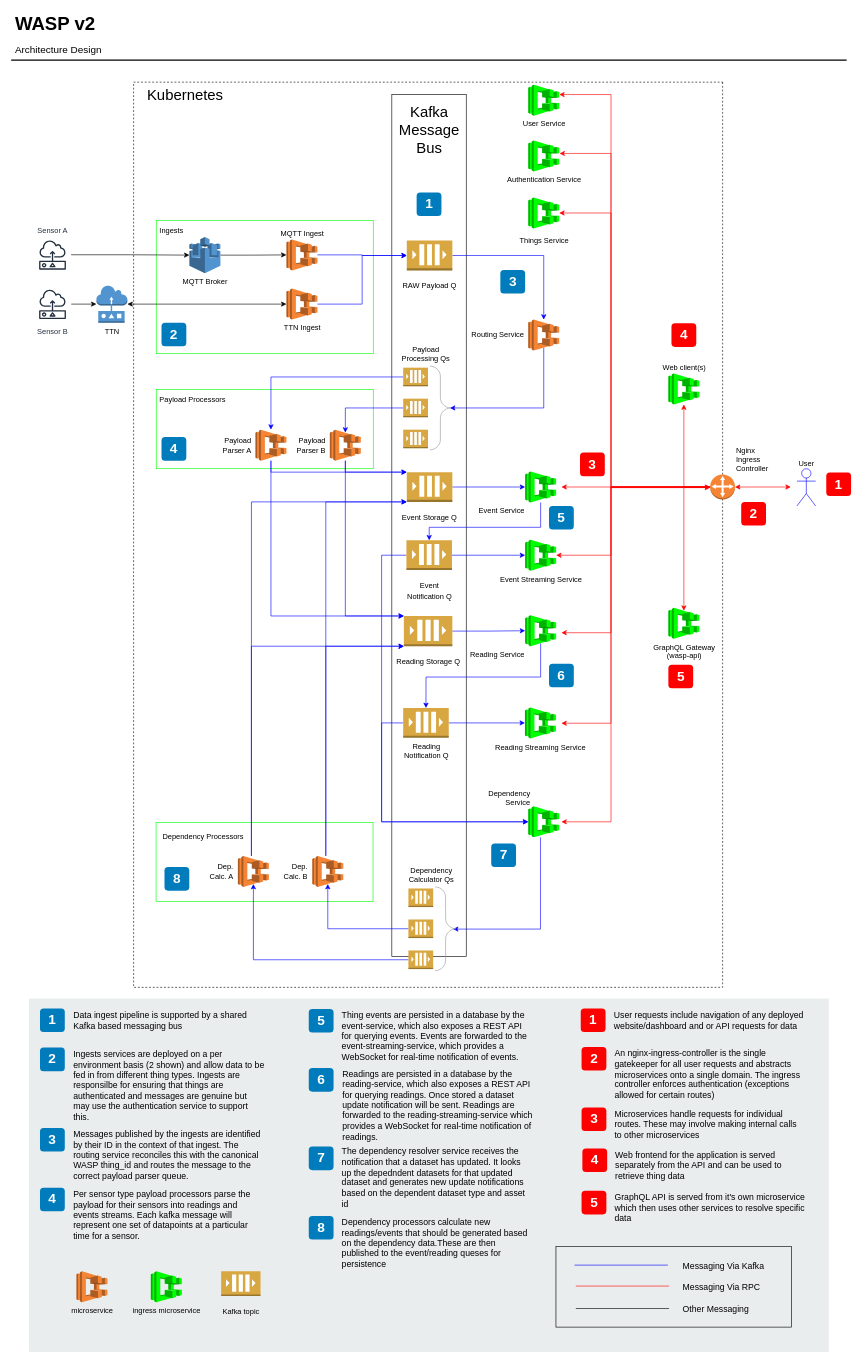
Before: assets/architecture-v2.drawio in digicatapult/wasp-documentation, a draw.io diagram. Source tidied: cells renumbered, new cells numbered last; positions are measured from the earlier drawing's top-left corner, leaving out a move shared by most shapes. Both pictures are drawn from the tidied source at 62%, with x=0, y=0 at pixel (11, 10).
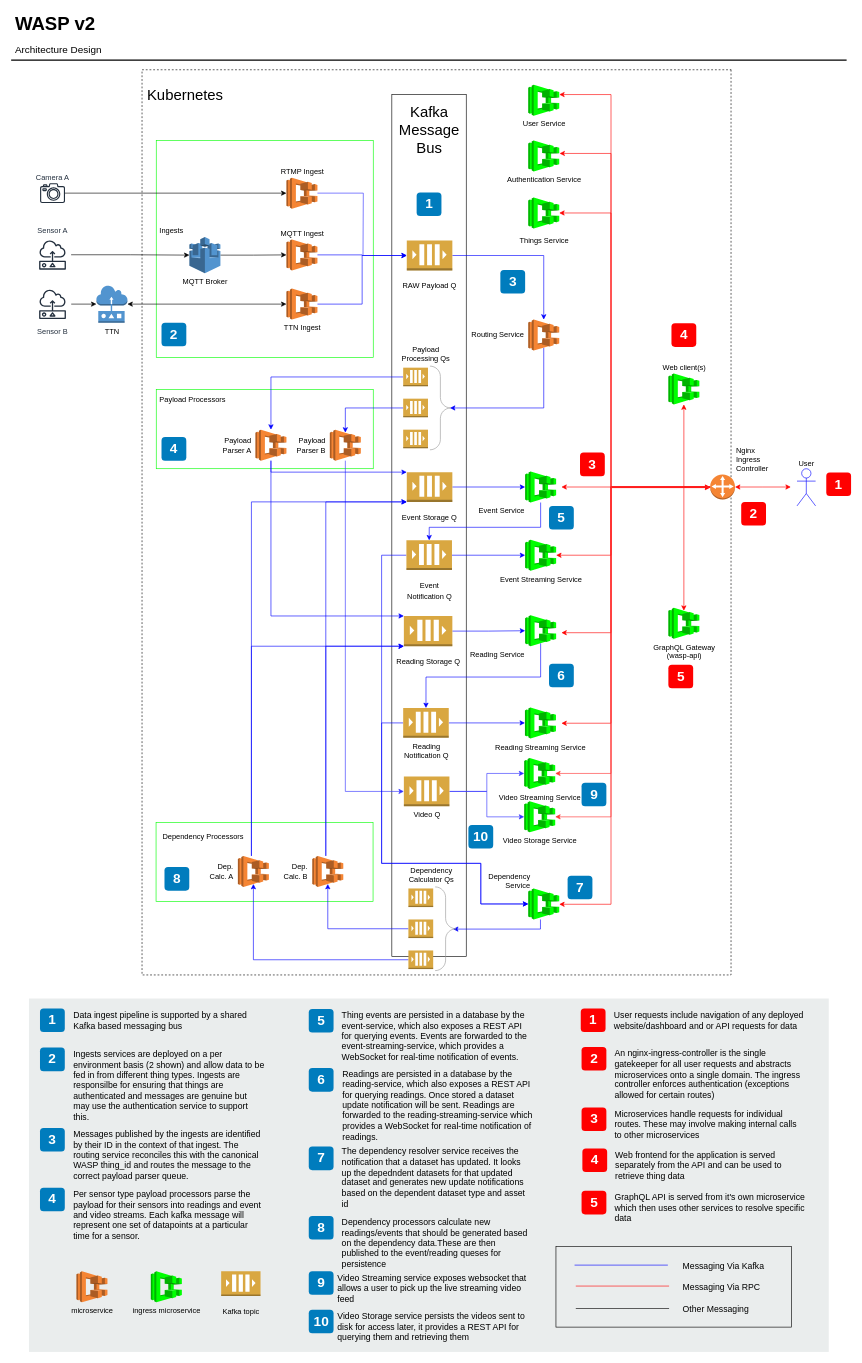
After the change.

Commit message (it also covers changes not shown here):
Proposed architecture for adding video

The change refers to these unchanged cells:
```xml
<mxCell id="36" value="&lt;div&gt;Payload&lt;/div&gt;&lt;div&gt;Parser B&lt;br&gt;&lt;/div&gt;" style="outlineConnect=0;dashed=0;verticalLabelPosition=middle;verticalAlign=middle;align=right;html=1;shape=mxgraph.aws3.ecs;fillColor=#F58534;gradientColor=none;strokeColor=#FF0000;labelPosition=left;spacing=8;" parent="1" vertex="1">
  <mxGeometry x="514.5" y="676.5" width="50" height="50" as="geometry" />
</mxCell>
<mxCell id="41" value="&lt;font style=&quot;font-size: 12px&quot;&gt;Event Storage Q&lt;/font&gt;" style="outlineConnect=0;dashed=0;verticalLabelPosition=bottom;verticalAlign=top;align=center;html=1;shape=mxgraph.aws3.queue;fillColor=#D9A741;gradientColor=none;strokeColor=#000000;fontSize=24;" parent="1" vertex="1">
  <mxGeometry x="638.6" y="745" width="73.5" height="48" as="geometry" />
</mxCell>
<mxCell id="47" value="&lt;div style=&quot;font-size: 12px&quot;&gt;&lt;font style=&quot;font-size: 12px&quot;&gt;Reading &lt;br&gt;&lt;/font&gt;&lt;/div&gt;&lt;div style=&quot;font-size: 12px&quot;&gt;&lt;font style=&quot;font-size: 12px ; line-height: 100%&quot;&gt;Notification Q&lt;/font&gt;&lt;/div&gt;" style="outlineConnect=0;dashed=0;verticalLabelPosition=bottom;verticalAlign=top;align=center;html=1;shape=mxgraph.aws3.queue;fillColor=#D9A741;gradientColor=none;strokeColor=#000000;fontSize=24;" parent="1" vertex="1">
  <mxGeometry x="632.8" y="1125.5" width="73.5" height="48" as="geometry" />
</mxCell>
<mxCell id="92" value="&lt;div&gt;Nginx&lt;/div&gt;&lt;div&gt;Ingress&lt;/div&gt;&lt;div&gt;Controller&lt;/div&gt;" style="outlineConnect=0;dashed=0;verticalLabelPosition=top;verticalAlign=bottom;align=left;html=1;shape=mxgraph.aws3.customer_gateway;fillColor=#F58534;gradientColor=none;labelPosition=right;" parent="1" vertex="1">
  <mxGeometry x="1128" y="749" width="40" height="40" as="geometry" />
</mxCell>
<mxCell id="108" value="&lt;font style=&quot;font-size: 12px&quot;&gt;Reading Storage&lt;font style=&quot;font-size: 12px&quot;&gt; Q&lt;/font&gt;&lt;/font&gt;" style="outlineConnect=0;dashed=0;verticalLabelPosition=bottom;verticalAlign=top;align=center;html=1;shape=mxgraph.aws3.queue;fillColor=#D9A741;gradientColor=none;strokeColor=#000000;fontSize=24;" parent="1" vertex="1">
  <mxGeometry x="633.9" y="977" width="78.2" height="48.8" as="geometry" />
</mxCell>
<mxCell id="138" value="&lt;font style=&quot;font-size: 12px&quot;&gt;Event&lt;font style=&quot;font-size: 12px&quot;&gt; &lt;br&gt;&lt;/font&gt;&lt;/font&gt;&lt;div style=&quot;font-size: 12px&quot;&gt;&lt;font style=&quot;font-size: 12px ; line-height: 100%&quot;&gt;Notification Q&lt;/font&gt;&lt;/div&gt;" style="outlineConnect=0;dashed=0;verticalLabelPosition=bottom;verticalAlign=top;align=center;html=1;shape=mxgraph.aws3.queue;fillColor=#D9A741;gradientColor=none;strokeColor=#000000;fontSize=24;" parent="1" vertex="1">
  <mxGeometry x="638" y="855" width="73.5" height="48" as="geometry" />
</mxCell>
```

What changed in the source:
```diff
@@
     <mxCell id="2" style="rounded=0;whiteSpace=wrap;html=1;align=left;fillColor=none;dashed=1;direction=south;" parent="1" vertex="1">
-      <mxGeometry x="198" y="116" width="950" height="1460" as="geometry" />
+      <mxGeometry x="211.6" y="96" width="950" height="1460" as="geometry" />
     </mxCell>
@@
-    <mxCell id="5" style="rounded=0;whiteSpace=wrap;html=1;fontSize=12;fillColor=none;labelPosition=left;verticalLabelPosition=top;align=right;verticalAlign=bottom;spacing=-19;spacingLeft=3;noLabel=1;fontColor=none;strokeColor=#03FF03;" parent="1" vertex="1">
-      <mxGeometry x="234.5" y="339" width="350" height="215" as="geometry" />
+    <mxCell id="5" style="rounded=0;whiteSpace=wrap;html=1;fontSize=12;fillColor=none;labelPosition=left;verticalLabelPosition=top;align=right;verticalAlign=bottom;spacing=-19;spacingLeft=3;noLabel=1;fontColor=none;strokeColor=#03FF03;imageAspect=1;" parent="1" vertex="1">
+      <mxGeometry x="234.5" y="210" width="350" height="350" as="geometry" />
     </mxCell>
@@
-    <mxCell id="34" style="edgeStyle=orthogonalEdgeStyle;rounded=0;jettySize=auto;html=1;entryX=0;entryY=0;entryDx=0;entryDy=0;entryPerimeter=0;strokeColor=#0000FF;" parent="1" edge="1" source="36" target="108">
-      <mxGeometry relative="1" as="geometry">
-        <Array as="points">
-          <mxPoint x="540" y="977" />
-        </Array>
-      </mxGeometry>
-    </mxCell>
-    <mxCell id="35" style="edgeStyle=orthogonalEdgeStyle;rounded=0;jettySize=auto;html=1;entryX=0;entryY=0;entryDx=0;entryDy=0;entryPerimeter=0;startArrow=none;startFill=0;strokeColor=#0000FF;" parent="1" edge="1" source="36" target="41">
-      <mxGeometry relative="1" as="geometry">
-        <Array as="points">
-          <mxPoint x="540" y="745" />
-        </Array>
-      </mxGeometry>
-    </mxCell>
+    <mxCell id="142" style="edgeStyle=orthogonalEdgeStyle;rounded=0;jettySize=auto;html=1;entryX=0;entryY=0.5;entryDx=0;entryDy=0;entryPerimeter=0;endArrow=classic;endFill=1;strokeColor=#3333FF;" parent="1" edge="1" source="36" target="149">
+      <mxGeometry relative="1" as="geometry">
+        <Array as="points">
+          <mxPoint x="540" y="1260" />
+        </Array>
+      </mxGeometry>
+    </mxCell>
@@
     <mxCell id="46" style="edgeStyle=orthogonalEdgeStyle;rounded=0;jettySize=auto;html=1;entryX=0;entryY=0.5;entryDx=0;entryDy=0;entryPerimeter=0;strokeColor=#0000FF;" parent="1" edge="1" source="47" target="49">
       <mxGeometry relative="1" as="geometry">
         <Array as="points">
           <mxPoint x="598" y="1150" />
-          <mxPoint x="598" y="1309" />
+          <mxPoint x="598" y="1376" />
+          <mxPoint x="758" y="1376" />
+          <mxPoint x="758" y="1442" />
         </Array>
       </mxGeometry>
     </mxCell>
@@
     <mxCell id="49" value="&lt;div align=&quot;right&quot;&gt;Dependency&lt;/div&gt;&lt;div align=&quot;right&quot;&gt;Service&lt;/div&gt;" style="outlineConnect=0;dashed=0;verticalLabelPosition=top;verticalAlign=bottom;align=right;html=1;shape=mxgraph.aws3.ecs;gradientColor=none;strokeColor=#FF0000;labelPosition=left;spacing=-2;fillColor=#00FF00;" parent="1" vertex="1">
-      <mxGeometry x="834.5" y="1284" width="50" height="50" as="geometry" />
+      <mxGeometry x="834.5" y="1416.5" width="50" height="50" as="geometry" />
     </mxCell>
@@
-    <mxCell id="70" value="Per sensor type payload processors parse the payload for their sensors into readings and events streams. Each kafka message will represent one set of datapoints at a particular time for a sensor." style="text;html=1;align=left;verticalAlign=top;spacingTop=-4;fontSize=14;labelBackgroundColor=none;whiteSpace=wrap;" parent="1" vertex="1">
+    <mxCell id="70" value="Per sensor type payload processors parse the payload for their sensors into readings and event and video streams. Each kafka message will represent one set of datapoints at a particular time for a sensor." style="text;html=1;align=left;verticalAlign=top;spacingTop=-4;fontSize=14;labelBackgroundColor=none;whiteSpace=wrap;" parent="1" vertex="1">
       <mxGeometry x="98.5" y="1898.8" width="310.5" height="85.2" as="geometry" />
     </mxCell>
@@
     <mxCell id="74" value="7" style="rounded=1;whiteSpace=wrap;html=1;fillColor=#007CBD;strokeColor=none;fontColor=#FFFFFF;fontStyle=1;fontSize=22;labelBackgroundColor=none;" parent="1" vertex="1">
-      <mxGeometry x="774.8" y="1344" width="40" height="38" as="geometry" />
+      <mxGeometry x="898" y="1396" width="40" height="38" as="geometry" />
     </mxCell>
@@
-    <mxCell id="84" style="edgeStyle=orthogonalEdgeStyle;rounded=0;jettySize=auto;html=1;exitX=0;exitY=0.5;exitDx=0;exitDy=0;exitPerimeter=0;strokeColor=#FF0000;" parent="1" edge="1" source="92">
+    <mxCell id="84" style="edgeStyle=orthogonalEdgeStyle;rounded=0;jettySize=auto;html=1;exitX=0;exitY=0.5;exitDx=0;exitDy=0;exitPerimeter=0;strokeColor=#FF0000;" parent="1" edge="1" source="92" target="49">
       <mxGeometry relative="1" as="geometry">
-        <mxPoint x="888" y="1309" as="targetPoint" />
         <Array as="points">
           <mxPoint x="968" y="769" />
-          <mxPoint x="968" y="1309" />
+          <mxPoint x="968" y="1442" />
         </Array>
       </mxGeometry>
     </mxCell>
@@
     <mxCell id="137" style="edgeStyle=orthogonalEdgeStyle;rounded=0;jettySize=auto;html=1;entryX=0;entryY=0.5;entryDx=0;entryDy=0;entryPerimeter=0;strokeColor=#0000FF;" parent="1" edge="1" source="138" target="49">
       <mxGeometry relative="1" as="geometry">
         <Array as="points">
           <mxPoint x="598" y="879" />
-          <mxPoint x="598" y="1309" />
+          <mxPoint x="598" y="1376" />
+          <mxPoint x="758" y="1376" />
+          <mxPoint x="758" y="1442" />
         </Array>
       </mxGeometry>
     </mxCell>
@@
+    <mxCell id="143" style="edgeStyle=orthogonalEdgeStyle;rounded=0;jettySize=auto;html=1;endArrow=none;endFill=0;fillColor=#dae8fc;strokeColor=#3333FF;" parent="1" edge="1" source="144">
+      <mxGeometry relative="1" as="geometry">
+        <mxPoint x="568" y="396" as="targetPoint" />
+      </mxGeometry>
+    </mxCell>
+    <mxCell id="144" value="RTMP Ingest&lt;br&gt;" style="outlineConnect=0;dashed=0;verticalLabelPosition=top;verticalAlign=bottom;align=center;html=1;shape=mxgraph.aws3.ecs;fillColor=#F58534;gradientColor=none;strokeColor=#FF0000;labelPosition=center;" parent="1" vertex="1">
+      <mxGeometry x="444.5" y="270" width="50" height="50" as="geometry" />
+    </mxCell>
+    <mxCell id="145" style="edgeStyle=orthogonalEdgeStyle;rounded=0;jettySize=auto;html=1;entryX=0;entryY=0.5;entryDx=0;entryDy=0;entryPerimeter=0;" parent="1" edge="1" source="146" target="144">
+      <mxGeometry relative="1" as="geometry" />
+    </mxCell>
+    <mxCell id="146" value="Camera A" style="sketch=0;outlineConnect=0;fontColor=#232F3E;gradientColor=none;fillColor=#232F3D;strokeColor=none;dashed=0;verticalLabelPosition=top;verticalAlign=bottom;align=center;html=1;fontSize=12;fontStyle=0;shape=mxgraph.aws4.camera2;labelPosition=center;" parent="1" vertex="1">
+      <mxGeometry x="47.1" y="279" width="40.3" height="32" as="geometry" />
+    </mxCell>
+    <mxCell id="147" style="edgeStyle=orthogonalEdgeStyle;rounded=0;jettySize=auto;html=1;entryX=0;entryY=0.5;entryDx=0;entryDy=0;entryPerimeter=0;endArrow=classic;endFill=1;strokeColor=#3333FF;" parent="1" edge="1" source="149" target="151">
+      <mxGeometry relative="1" as="geometry" />
+    </mxCell>
+    <mxCell id="148" style="edgeStyle=orthogonalEdgeStyle;rounded=0;jettySize=auto;html=1;endArrow=classic;endFill=1;strokeColor=#3333FF;" parent="1" edge="1" source="149" target="153">
+      <mxGeometry relative="1" as="geometry" />
+    </mxCell>
+    <mxCell id="149" value="&lt;div style=&quot;font-size: 12px&quot;&gt;Video Q&lt;/div&gt;" style="outlineConnect=0;dashed=0;verticalLabelPosition=bottom;verticalAlign=top;align=center;html=1;shape=mxgraph.aws3.queue;fillColor=#D9A741;gradientColor=none;strokeColor=#000000;fontSize=24;" parent="1" vertex="1">
+      <mxGeometry x="633.9" y="1236" width="73.5" height="48" as="geometry" />
+    </mxCell>
+    <mxCell id="150" style="edgeStyle=orthogonalEdgeStyle;rounded=0;jettySize=auto;html=1;startArrow=classic;startFill=1;endArrow=none;endFill=0;strokeColor=#FF3333;" parent="1" edge="1" source="151" target="92">
+      <mxGeometry relative="1" as="geometry">
+        <Array as="points">
+          <mxPoint x="968" y="1231" />
+          <mxPoint x="968" y="769" />
+        </Array>
+      </mxGeometry>
+    </mxCell>
+    <mxCell id="151" value="&lt;div&gt;Video Streaming Service&lt;/div&gt;" style="outlineConnect=0;dashed=0;verticalLabelPosition=bottom;verticalAlign=top;align=center;html=1;shape=mxgraph.aws3.ecs;gradientColor=none;strokeColor=#FF0000;labelPosition=center;spacing=2;fillColor=#00FF00;" parent="1" vertex="1">
+      <mxGeometry x="828" y="1206" width="50" height="50" as="geometry" />
+    </mxCell>
+    <mxCell id="152" style="edgeStyle=orthogonalEdgeStyle;rounded=0;jettySize=auto;html=1;startArrow=classic;startFill=1;endArrow=none;endFill=0;strokeColor=#FF3333;" parent="1" edge="1" source="153" target="92">
+      <mxGeometry relative="1" as="geometry">
+        <Array as="points">
+          <mxPoint x="968" y="1301" />
+          <mxPoint x="968" y="769" />
+        </Array>
+      </mxGeometry>
+    </mxCell>
+    <mxCell id="153" value="&lt;div&gt;Video Storage Service&lt;/div&gt;" style="outlineConnect=0;dashed=0;verticalLabelPosition=bottom;verticalAlign=top;align=center;html=1;shape=mxgraph.aws3.ecs;gradientColor=none;strokeColor=#FF0000;labelPosition=center;spacing=2;fillColor=#00FF00;" parent="1" vertex="1">
+      <mxGeometry x="828" y="1276" width="50" height="50" as="geometry" />
+    </mxCell>
+    <mxCell id="154" value="9" style="rounded=1;whiteSpace=wrap;html=1;fillColor=#007CBD;strokeColor=none;fontColor=#FFFFFF;fontStyle=1;fontSize=22;labelBackgroundColor=none;" parent="1" vertex="1">
+      <mxGeometry x="920.5" y="1246" width="40" height="38" as="geometry" />
+    </mxCell>
+    <mxCell id="155" value="9" style="rounded=1;whiteSpace=wrap;html=1;fillColor=#007CBD;strokeColor=none;fontColor=#FFFFFF;fontStyle=1;fontSize=22;labelBackgroundColor=none;" parent="1" vertex="1">
+      <mxGeometry x="480.5" y="2034" width="40" height="38" as="geometry" />
+    </mxCell>
+    <mxCell id="156" value="Video Streaming service exposes websocket that allows a user to pick up the live streaming video feed" style="text;html=1;align=left;verticalAlign=top;spacingTop=-4;fontSize=14;labelBackgroundColor=none;whiteSpace=wrap;" parent="1" vertex="1">
+      <mxGeometry x="525.2" y="2034" width="309.2" height="52" as="geometry" />
+    </mxCell>
+    <mxCell id="157" value="10" style="rounded=1;whiteSpace=wrap;html=1;fillColor=#007CBD;strokeColor=none;fontColor=#FFFFFF;fontStyle=1;fontSize=22;labelBackgroundColor=none;" parent="1" vertex="1">
+      <mxGeometry x="480.5" y="2096" width="40" height="38" as="geometry" />
+    </mxCell>
+    <mxCell id="158" value="10" style="rounded=1;whiteSpace=wrap;html=1;fillColor=#007CBD;strokeColor=none;fontColor=#FFFFFF;fontStyle=1;fontSize=22;labelBackgroundColor=none;" parent="1" vertex="1">
+      <mxGeometry x="738" y="1314" width="40" height="38" as="geometry" />
+    </mxCell>
+    <mxCell id="159" value="Video Storage service persists the videos sent to disk for access later, it provides a REST API for querying them and retrieving them" style="text;html=1;align=left;verticalAlign=top;spacingTop=-4;fontSize=14;labelBackgroundColor=none;whiteSpace=wrap;" parent="1" vertex="1">
+      <mxGeometry x="525.2" y="2096" width="309.2" height="52" as="geometry" />
+    </mxCell>
```
